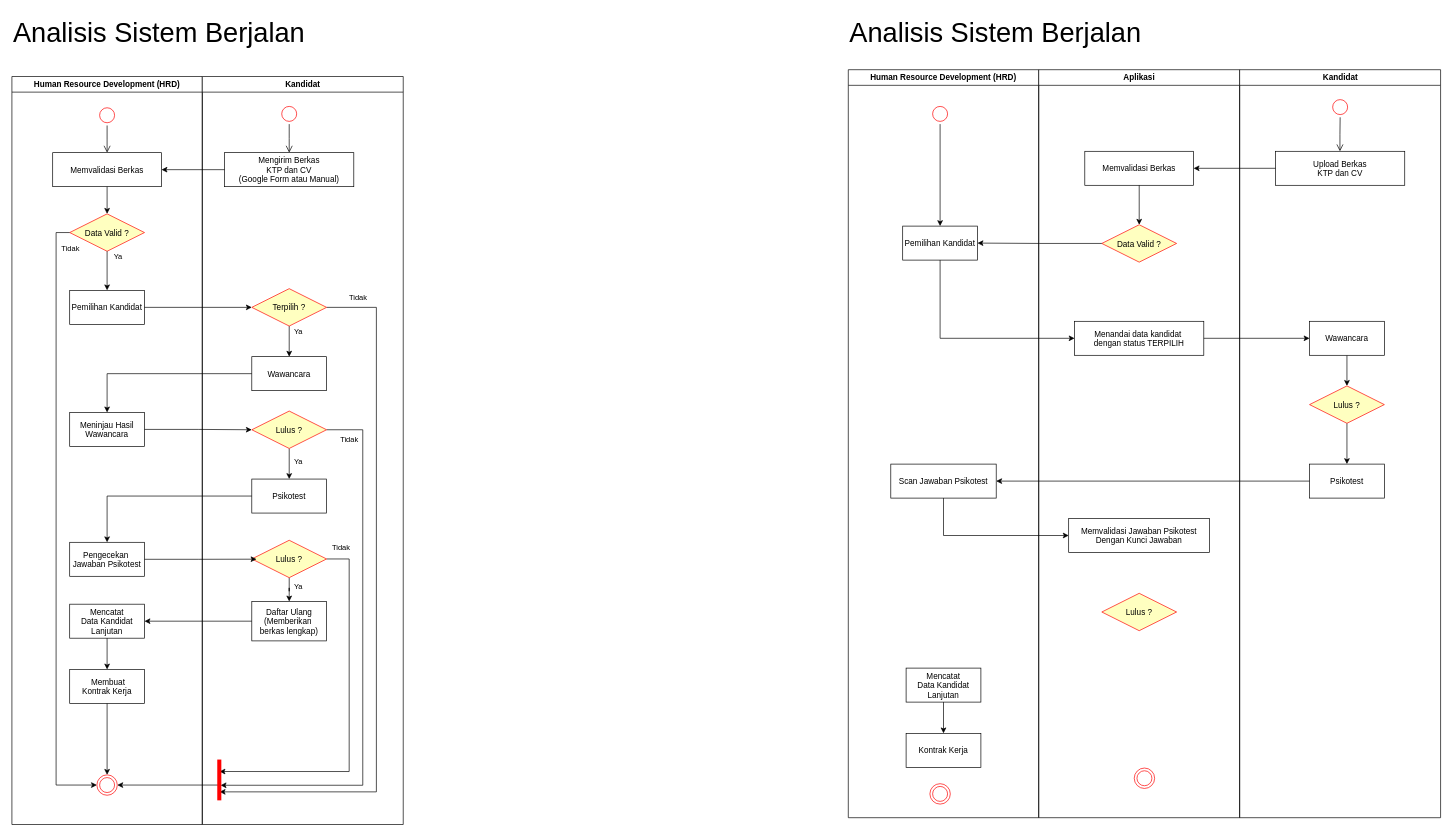
This is Gambaran Umum.drawio from ceceprokani/Diagram-Skripsi, a draw.io file, before an edit. Source tidied: cells renumbered, new cells numbered last; positions are measured from the earlier drawing's top-left corner, leaving out a move shared by most shapes. Both pictures are drawn from the tidied source at 68%, with x=0, y=0 at pixel (12, 12).
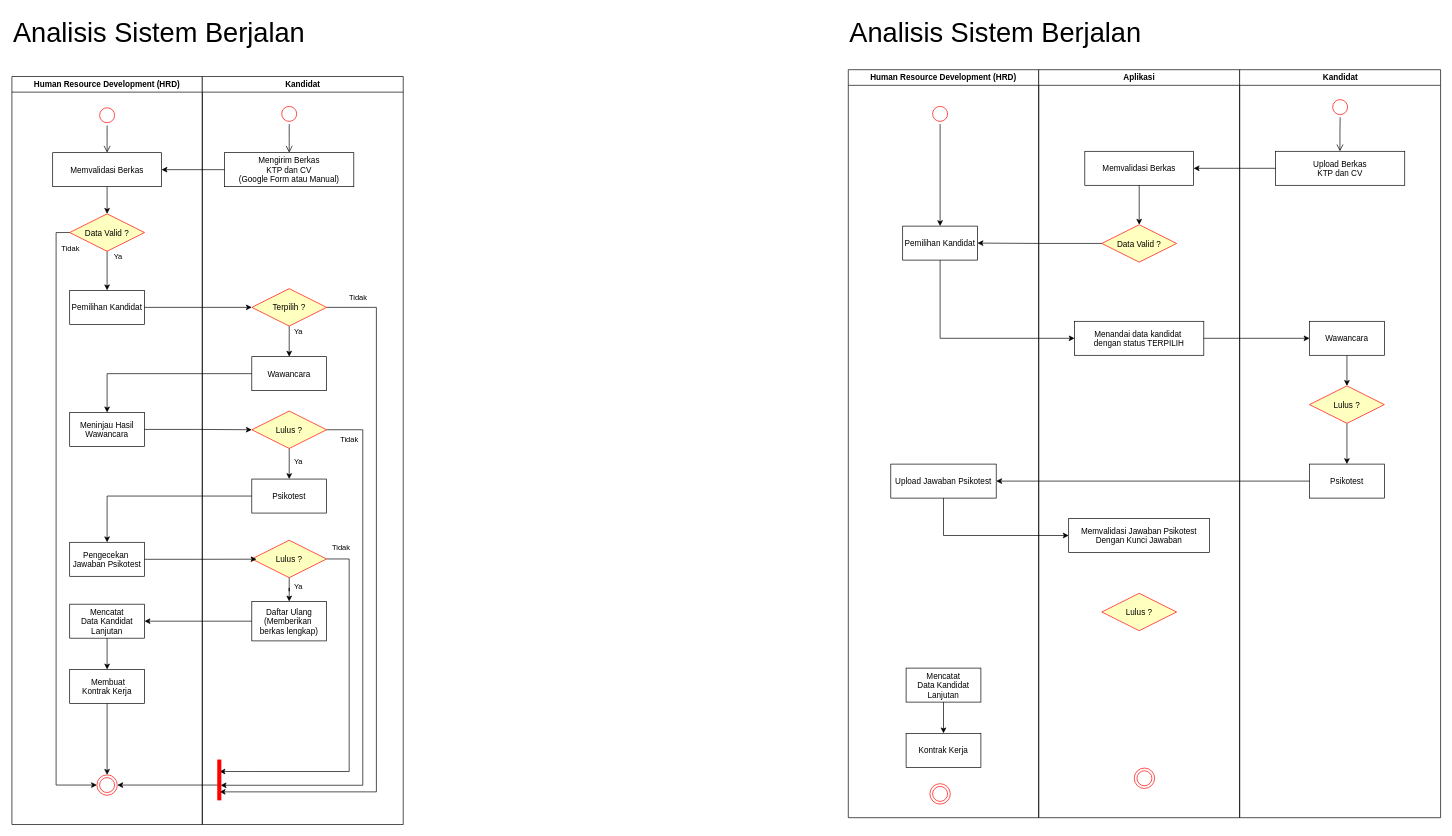
The same page after the edit.

The change refers to these unchanged cells:
```xml
<mxCell id="49" value="Human Resource Development (HRD)" style="swimlane;whiteSpace=wrap;" parent="1" vertex="1">
  <mxGeometry x="1230" y="85" width="280" height="1100" as="geometry" />
</mxCell>
```

Change to the diagram source:
```diff
@@
-    <mxCell id="56" value="Scan Jawaban Psikotest" parent="49" vertex="1">
+    <mxCell id="56" value="Upload Jawaban Psikotest" parent="49" vertex="1">
       <mxGeometry x="62.5" y="580" width="155" height="50" as="geometry" />
     </mxCell>
```
